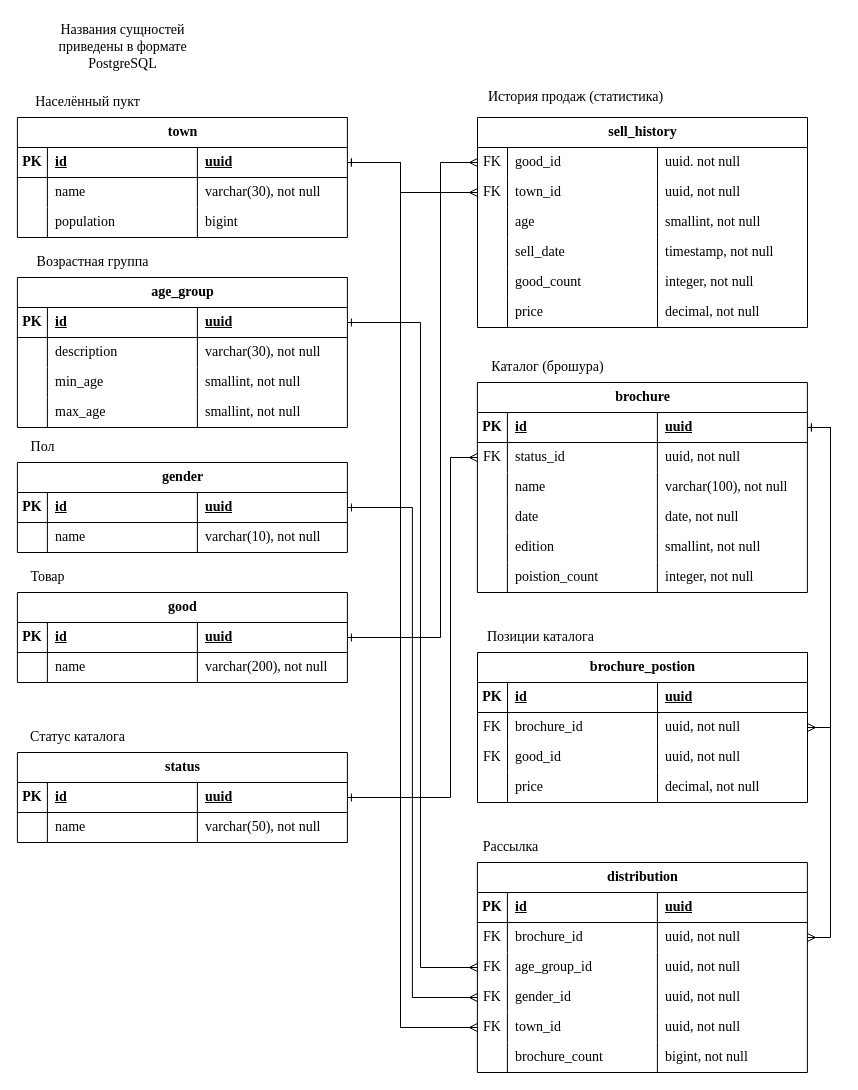
Before: page "ЛР2-Модель данных" (1 of 2) of Labs/Схемы.drawio in VadimKarelov/Cataloguer, a draw.io diagram. Source tidied: cells renumbered, new cells numbered last; positions are measured from the earlier drawing's top-left corner, leaving out a move shared by most shapes. Both pictures are drawn from the tidied source at 100%, with x=0, y=0 at pixel (17, 17).
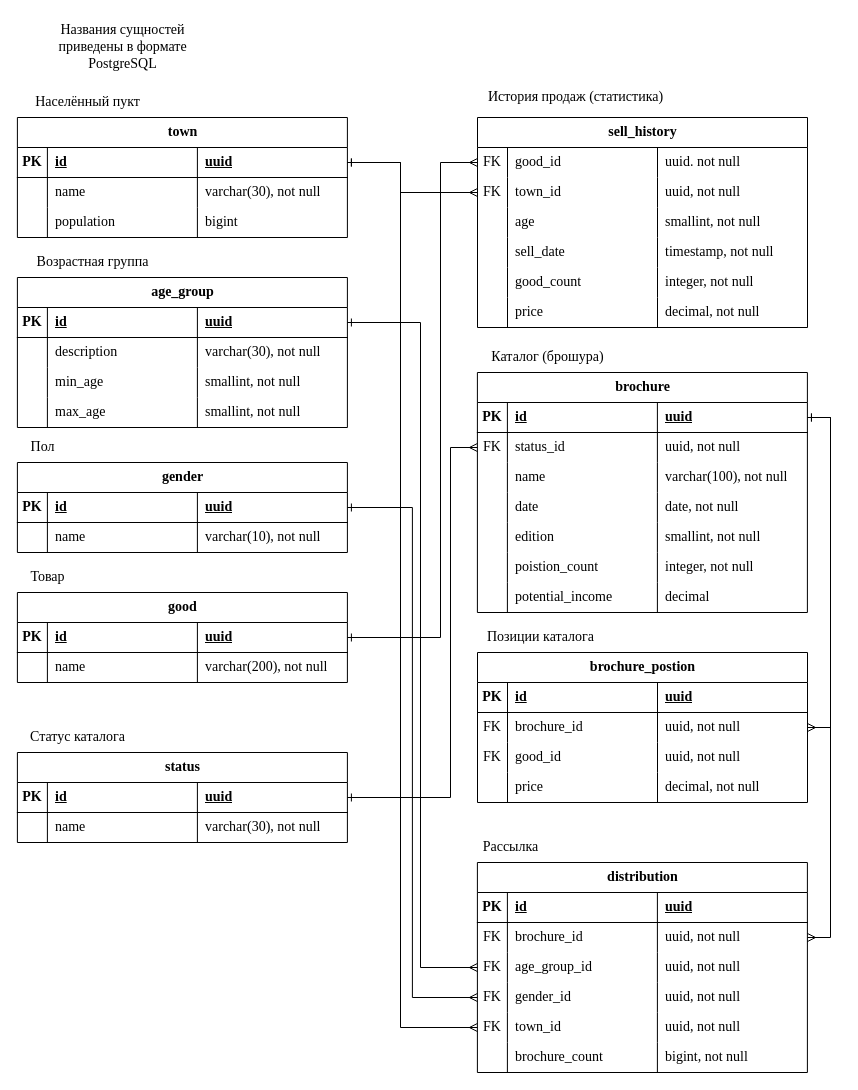
The same page after the edit.

The change refers to these unchanged cells:
```xml
<mxCell id="77" style="shape=tableRow;horizontal=0;startSize=0;swimlaneHead=0;swimlaneBody=0;fillColor=none;points=[[0,0.5],[1,0.5]];portConstraint=eastwest;top=0;left=0;right=0;bottom=1;fontSize=14;fontFamily=Times New Roman;" parent="76" vertex="1">
  <mxGeometry y="30" width="330" height="30" as="geometry" />
</mxCell>
<mxCell id="81" style="shape=tableRow;horizontal=0;startSize=0;swimlaneHead=0;swimlaneBody=0;fillColor=none;points=[[0,0.5],[1,0.5]];portConstraint=eastwest;top=0;left=0;right=0;bottom=0;fontSize=14;fontFamily=Times New Roman;" parent="76" vertex="1">
  <mxGeometry y="60" width="330" height="30" as="geometry" />
</mxCell>
<mxCell id="116" style="shape=tableRow;horizontal=0;startSize=0;swimlaneHead=0;swimlaneBody=0;fillColor=none;points=[[0,0.5],[1,0.5]];portConstraint=eastwest;top=0;left=0;right=0;bottom=0;fontFamily=Times New Roman;fontSize=14;" parent="111" vertex="1">
  <mxGeometry y="60" width="330" height="30" as="geometry" />
</mxCell>
<mxCell id="133" style="shape=tableRow;horizontal=0;startSize=0;swimlaneHead=0;swimlaneBody=0;fillColor=none;points=[[0,0.5],[1,0.5]];portConstraint=eastwest;top=0;left=0;right=0;bottom=0;fontFamily=Times New Roman;fontSize=14;" parent="128" vertex="1">
  <mxGeometry y="60" width="330" height="30" as="geometry" />
</mxCell>
<mxCell id="159" style="shape=tableRow;horizontal=0;startSize=0;swimlaneHead=0;swimlaneBody=0;fillColor=none;points=[[0,0.5],[1,0.5]];portConstraint=eastwest;top=0;left=0;right=0;bottom=1;fontSize=14;fontFamily=Times New Roman;" parent="158" vertex="1">
  <mxGeometry y="30" width="330" height="30" as="geometry" />
</mxCell>
<mxCell id="163" style="shape=tableRow;horizontal=0;startSize=0;swimlaneHead=0;swimlaneBody=0;fillColor=none;top=0;left=0;right=0;bottom=0;fontSize=14;fontFamily=Times New Roman;" parent="158" vertex="1">
  <mxGeometry y="60" width="330" height="30" as="geometry" />
</mxCell>
```

The edit, as a diff of the source:
```diff
@@
     <mxCell id="76" value="brochure" style="shape=table;startSize=30;childLayout=tableLayout;rowLines=0;fontStyle=1;align=center;html=1;fontSize=14;fontFamily=Times New Roman;" parent="1" vertex="1">
-      <mxGeometry x="459.9" y="365" width="330" height="210" as="geometry" />
+      <mxGeometry x="459.9" y="355" width="330" height="240" as="geometry" />
     </mxCell>
@@
+    <mxCell id="169" style="shape=tableRow;horizontal=0;startSize=0;swimlaneHead=0;swimlaneBody=0;fillColor=none;top=0;left=0;right=0;bottom=0;fontSize=14;fontFamily=Times New Roman;" parent="76" vertex="1">
+      <mxGeometry y="210" width="330" height="30" as="geometry" />
+    </mxCell>
+    <mxCell id="170" style="shape=partialRectangle;fillColor=none;top=0;left=0;bottom=0;right=0;overflow=hidden;whiteSpace=wrap;html=1;fontSize=14;fontFamily=Times New Roman;" parent="169" vertex="1">
+      <mxGeometry width="30" height="30" as="geometry" />
+    </mxCell>
+    <mxCell id="171" value="potential_income" style="shape=partialRectangle;fillColor=none;top=0;left=0;bottom=0;right=0;align=left;spacingLeft=6;overflow=hidden;whiteSpace=wrap;html=1;fontSize=14;fontFamily=Times New Roman;" parent="169" vertex="1">
+      <mxGeometry x="30" width="150" height="30" as="geometry" />
+    </mxCell>
+    <mxCell id="172" value="decimal" style="shape=partialRectangle;fillColor=none;top=0;left=0;bottom=0;right=0;align=left;spacingLeft=6;overflow=hidden;whiteSpace=wrap;html=1;fontSize=14;fontFamily=Times New Roman;" parent="169" vertex="1">
+      <mxGeometry x="180" width="150" height="30" as="geometry" />
+    </mxCell>
@@
     <mxCell id="102" style="edgeStyle=orthogonalEdgeStyle;rounded=0;jettySize=auto;html=1;exitX=1;exitY=0.5;exitDx=0;exitDy=0;entryX=1;entryY=0.5;entryDx=0;entryDy=0;endArrow=ERmany;endFill=0;startArrow=ERone;startFill=0;fontSize=14;fontFamily=Times New Roman;" parent="1" edge="1" source="77" target="116">
       <mxGeometry relative="1" as="geometry">
         <Array as="points">
-          <mxPoint x="813" y="410" />
+          <mxPoint x="813" y="400" />
           <mxPoint x="813" y="710" />
         </Array>
       </mxGeometry>
     </mxCell>
@@
     <mxCell id="106" value="Каталог (брошура)" style="text;html=1;align=center;verticalAlign=middle;strokeColor=none;fillColor=none;fontSize=14;fontFamily=Times New Roman;" parent="1" vertex="1">
-      <mxGeometry x="459.9" y="335" width="140" height="30" as="geometry" />
+      <mxGeometry x="459.9" y="325" width="140" height="30" as="geometry" />
     </mxCell>
@@
-    <mxCell id="156" style="edgeStyle=orthogonalEdgeStyle;rounded=0;jettySize=auto;html=1;exitX=1;exitY=0.5;exitDx=0;exitDy=0;entryX=1;entryY=0.5;entryDx=0;entryDy=0;endArrow=ERmany;endFill=0;startArrow=ERone;startFill=0;fontFamily=Times New Roman;fontSize=14;" parent="1" edge="1" source="77" target="133">
+    <mxCell id="156" style="edgeStyle=orthogonalEdgeStyle;rounded=0;orthogonalLoop=1;jettySize=auto;html=1;exitX=1;exitY=0.5;exitDx=0;exitDy=0;entryX=1;entryY=0.5;entryDx=0;entryDy=0;endArrow=ERmany;endFill=0;startArrow=ERone;startFill=0;fontFamily=Times New Roman;fontSize=14;" parent="1" edge="1">
       <mxGeometry relative="1" as="geometry">
+        <mxPoint x="790" y="400" as="sourcePoint" />
+        <mxPoint x="790" y="920" as="targetPoint" />
         <Array as="points">
-          <mxPoint x="813" y="410" />
+          <mxPoint x="813" y="400" />
           <mxPoint x="813" y="920" />
         </Array>
       </mxGeometry>
     </mxCell>
@@
-    <mxCell id="166" value="varchar(50), not null" style="shape=partialRectangle;fillColor=none;top=0;left=0;bottom=0;right=0;align=left;spacingLeft=6;overflow=hidden;whiteSpace=wrap;html=1;fontSize=14;fontFamily=Times New Roman;" parent="163" vertex="1">
+    <mxCell id="166" value="varchar(30), not null" style="shape=partialRectangle;fillColor=none;top=0;left=0;bottom=0;right=0;align=left;spacingLeft=6;overflow=hidden;whiteSpace=wrap;html=1;fontSize=14;fontFamily=Times New Roman;" parent="163" vertex="1">
       <mxGeometry x="180" width="150" height="30" as="geometry" />
     </mxCell>
     <mxCell id="167" style="edgeStyle=orthogonalEdgeStyle;rounded=0;jettySize=auto;html=1;exitX=0;exitY=0.5;exitDx=0;exitDy=0;entryX=1;entryY=0.5;entryDx=0;entryDy=0;endArrow=ERone;endFill=0;startArrow=ERmany;startFill=0;fontSize=14;fontFamily=Times New Roman;" parent="1" edge="1" source="81" target="159">
       <mxGeometry relative="1" as="geometry">
         <Array as="points">
-          <mxPoint x="433" y="440" />
+          <mxPoint x="433" y="430" />
           <mxPoint x="433" y="780" />
         </Array>
       </mxGeometry>
     </mxCell>
```
